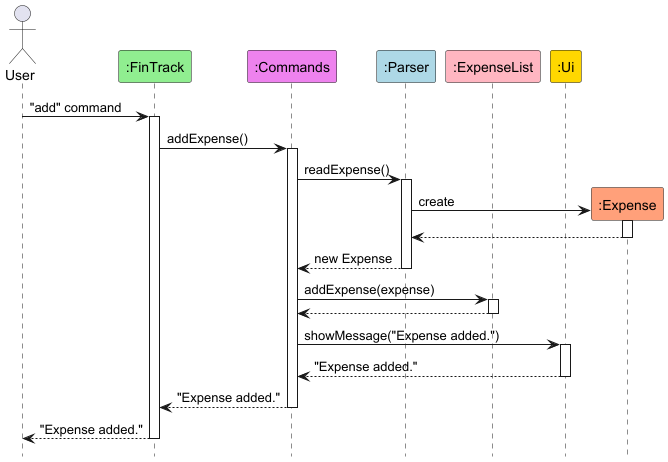
Above: docs/diagrams/AddCommand.png in AY2425S2-CS2113-W12-3/tp (PlantUML), before the change.
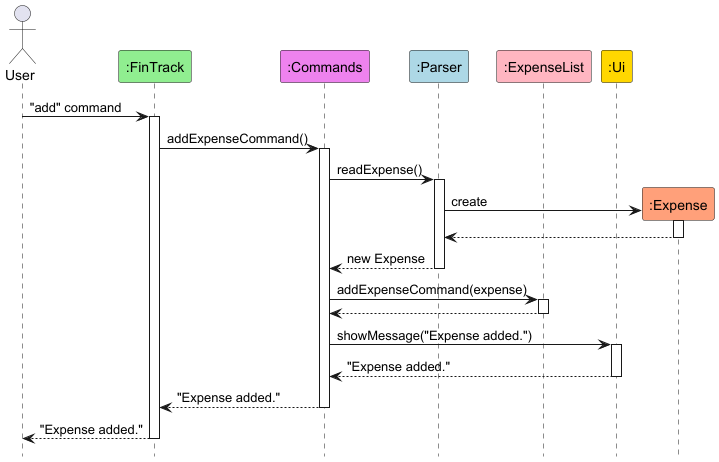
After the change.

What changed in the source:
```diff
@@ -5,34 +5,34 @@
 actor User
 
 participant ":FinTrack" as FinTrack #90EE90
-participant ":Commands" as Commands #EE82EE
+participant ":Commands" as AllCommands #EE82EE
 participant ":Parser" as Parser #ADD8E6
 participant ":ExpenseList" as ExpenseList #FFB6C1
 participant ":Ui" as Ui #FFD700
 
 User -> FinTrack : "add" command
 activate FinTrack
-FinTrack -> Commands : addExpense()
-activate Commands
-Commands -> Parser : readExpense()
+FinTrack -> AllCommands : addExpenseCommand()
+activate AllCommands
+AllCommands -> Parser : readExpense()
 activate Parser
 create ":Expense" as NewExpense #FFA07A
 Parser -> NewExpense : create
 activate NewExpense
 NewExpense --> Parser
 deactivate NewExpense
-Parser --> Commands : new Expense
+Parser --> AllCommands : new Expense
 deactivate Parser
-Commands -> ExpenseList : addExpense(expense)
+AllCommands -> ExpenseList : addExpenseCommand(expense)
 activate ExpenseList
-ExpenseList --> Commands :
+ExpenseList --> AllCommands :
 deactivate ExpenseList
-Commands -> Ui : showMessage("Expense added.")
+AllCommands -> Ui : showMessage("Expense added.")
 activate Ui
-Ui --> Commands : "Expense added."
+Ui --> AllCommands : "Expense added."
 deactivate Ui
-Commands --> FinTrack : "Expense added."
-deactivate Commands
+AllCommands --> FinTrack : "Expense added."
+deactivate AllCommands
 FinTrack --> User : "Expense added."
 deactivate FinTrack
 
```
